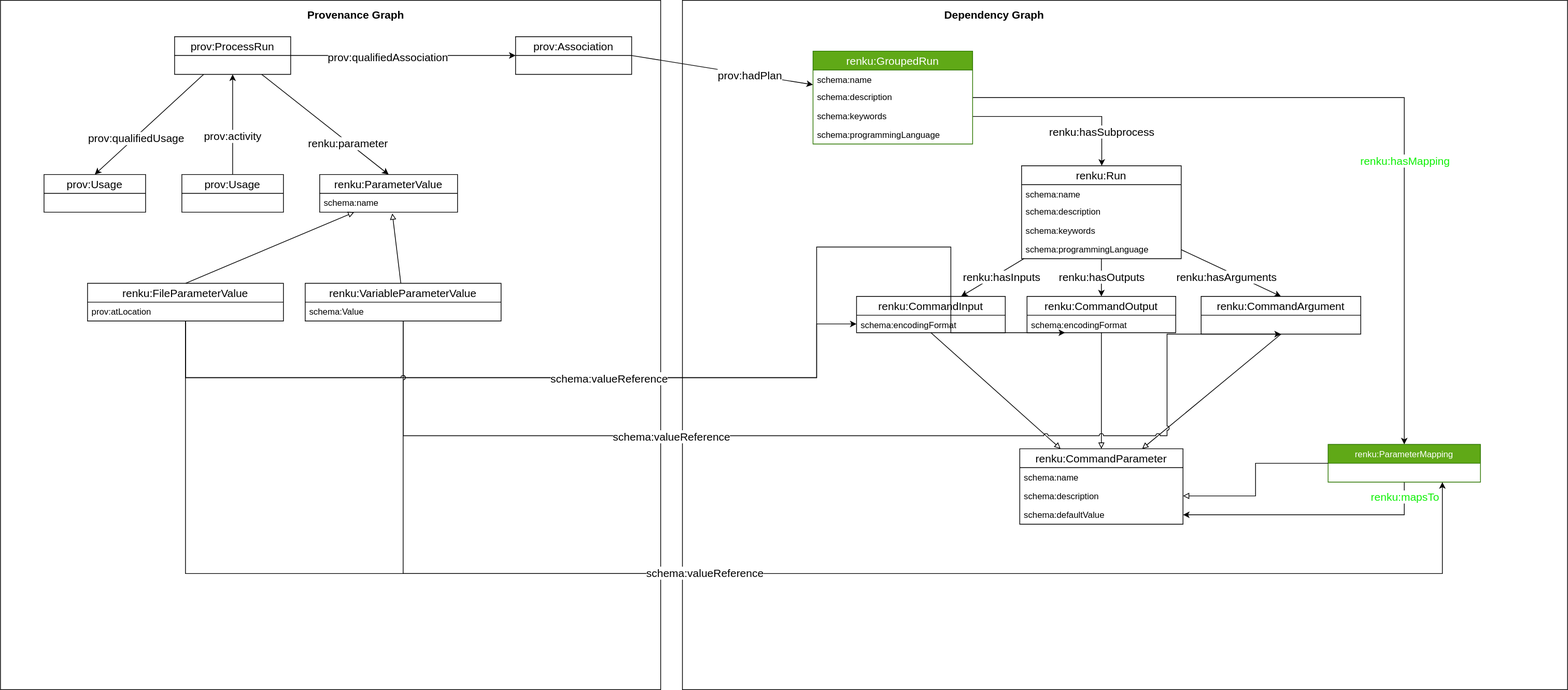
This is design/001-new-workflow-commands/grouped-run-metadata.svg from SwissDataScienceCenter/renku-python, a draw.io export, as it was before one commit. Source tidied: cells renumbered, new cells last; positions are measured from the earlier drawing's top-left corner, leaving out a move shared by most shapes.
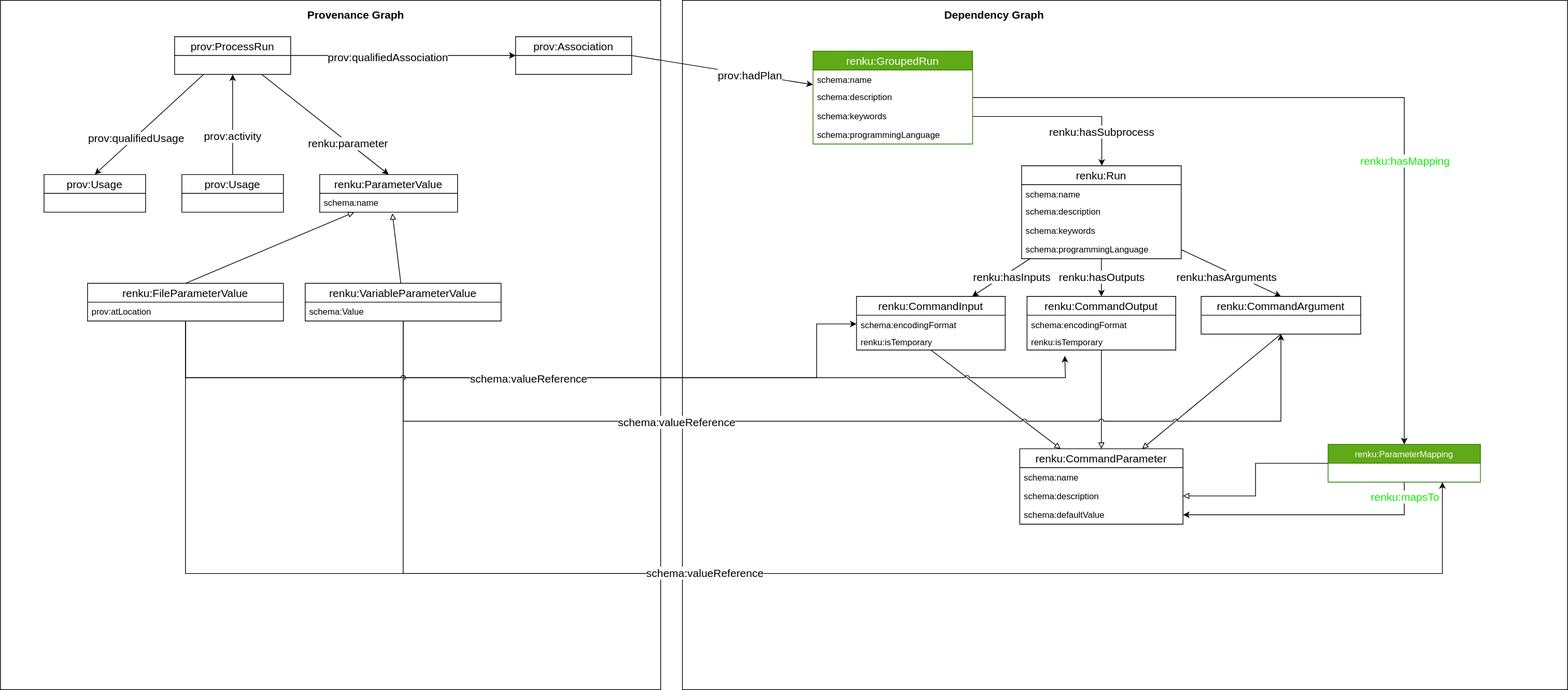
The same file after the commit.

Commit message:
add template parameters and temporary files metadata

Diff of the diagram source:
```diff
@@ -128,17 +128,23 @@
       <mxGeometry x="0.3" relative="1" as="geometry" />
     </mxCell>
     <mxCell id="40" value="renku:CommandInput" style="swimlane;fontStyle=0;horizontal=1;startSize=26;fillColor=none;fontSize=15;" parent="1" vertex="1">
-      <mxGeometry x="1180" y="408" width="205" height="50" as="geometry" />
+      <mxGeometry x="1180" y="408" width="205" height="74" as="geometry" />
     </mxCell>
     <mxCell id="41" value="schema:encodingFormat" style="text;strokeColor=none;fillColor=none;align=left;verticalAlign=top;spacingLeft=4;spacingRight=4;overflow=hidden;points=[[0,0.5],[1,0.5]];portConstraint=eastwest;" parent="40" vertex="1">
       <mxGeometry y="26" width="205" height="24" as="geometry" />
     </mxCell>
+    <mxCell id="72" value="renku:isTemporary" style="text;strokeColor=none;fillColor=none;align=left;verticalAlign=top;spacingLeft=4;spacingRight=4;overflow=hidden;" parent="40" vertex="1">
+      <mxGeometry y="50" width="205" height="24" as="geometry" />
+    </mxCell>
     <mxCell id="42" value="renku:CommandOutput" style="swimlane;fontStyle=0;horizontal=1;startSize=26;fillColor=none;fontSize=15;" parent="1" vertex="1">
-      <mxGeometry x="1415" y="408" width="205" height="50" as="geometry" />
+      <mxGeometry x="1415" y="408" width="205" height="74" as="geometry" />
     </mxCell>
     <mxCell id="43" value="schema:encodingFormat" style="text;strokeColor=none;fillColor=none;align=left;verticalAlign=top;spacingLeft=4;spacingRight=4;overflow=hidden;points=[[0,0.5],[1,0.5]];portConstraint=eastwest;" parent="42" vertex="1">
       <mxGeometry y="26" width="205" height="24" as="geometry" />
     </mxCell>
+    <mxCell id="73" value="renku:isTemporary" style="text;strokeColor=none;fillColor=none;align=left;verticalAlign=top;spacingLeft=4;spacingRight=4;overflow=hidden;" parent="42" vertex="1">
+      <mxGeometry y="50" width="205" height="24" as="geometry" />
+    </mxCell>
     <mxCell id="44" value="renku:CommandArgument" style="swimlane;fontStyle=0;horizontal=1;startSize=26;fillColor=none;fontSize=15;" parent="1" vertex="1">
       <mxGeometry x="1655" y="408" width="220" height="52" as="geometry" />
     </mxCell>
@@ -171,13 +177,12 @@
         </Array>
       </mxGeometry>
     </mxCell>
-    <mxCell id="53" style="edgeStyle=orthogonalEdgeStyle;rounded=0;jettySize=auto;html=1;endArrow=classic;endFill=1;fontSize=15;entryX=0.256;entryY=1;entryDx=0;entryDy=0;entryPerimeter=0;jumpStyle=arc;" parent="1" edge="1" source="14" target="43">
+    <mxCell id="53" style="edgeStyle=orthogonalEdgeStyle;rounded=0;jettySize=auto;html=1;endArrow=classic;endFill=1;fontSize=15;jumpStyle=arc;" parent="1" edge="1" source="14">
       <mxGeometry relative="1" as="geometry">
+        <mxPoint x="1467" y="490" as="targetPoint" />
         <Array as="points">
           <mxPoint x="255" y="520" />
-          <mxPoint x="1125" y="520" />
-          <mxPoint x="1125" y="340" />
-          <mxPoint x="1310" y="340" />
+          <mxPoint x="1468" y="520" />
         </Array>
       </mxGeometry>
     </mxCell>
@@ -187,8 +192,8 @@
     <mxCell id="55" style="edgeStyle=orthogonalEdgeStyle;rounded=0;jettySize=auto;html=1;entryX=0.5;entryY=1;entryDx=0;entryDy=0;endArrow=classic;endFill=1;fontSize=15;jumpStyle=arc;" parent="1" edge="1" source="18" target="44">
       <mxGeometry relative="1" as="geometry">
         <Array as="points">
-          <mxPoint x="555" y="600" />
-          <mxPoint x="1608" y="600" />
+          <mxPoint x="555" y="580" />
+          <mxPoint x="1765" y="580" />
         </Array>
       </mxGeometry>
     </mxCell>
```
